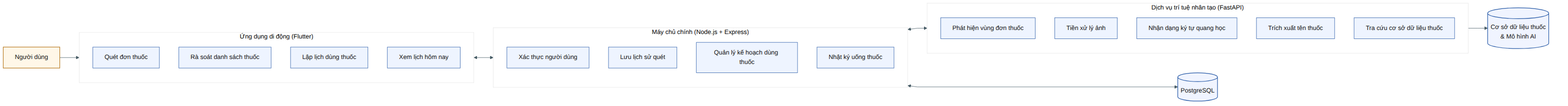
Above: docs/thesis_report/assets/diagrams/architecture.png in hongphuoc6104/medicineApp (Mermaid), before the change. Its source is kept beside it as docs/thesis_report/diagrams/architecture.mmd.
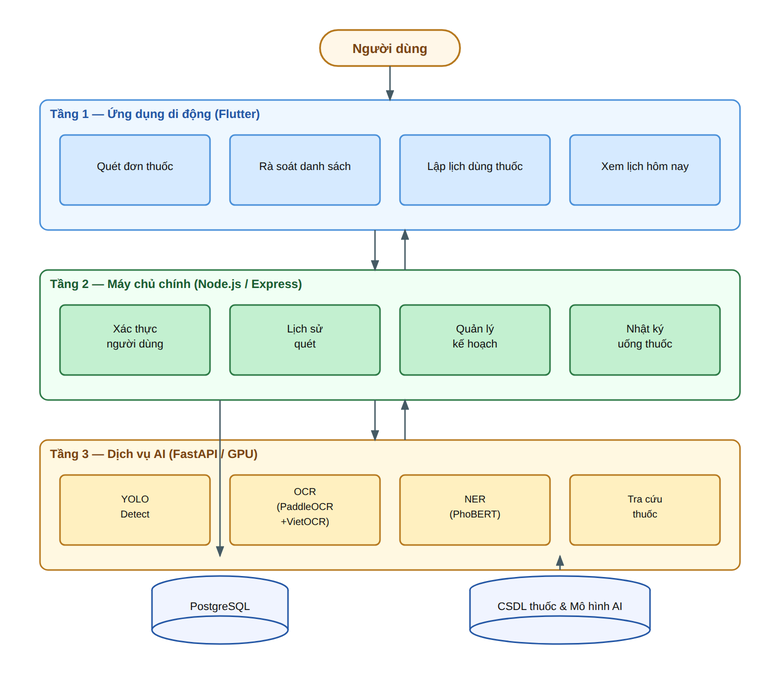
After the change.

What changed in the source:
```diff
@@ -1,33 +1,32 @@
-flowchart LR
+flowchart TD
     U["Người dùng"]
 
-    subgraph APP["Ứng dụng di động (Flutter)"]
-        direction TB
+    subgraph APP["Tầng 1 — Ứng dụng di động (Flutter)"]
+        direction LR
         A1["Quét đơn thuốc"]
-        A2["Rà soát danh sách thuốc"]
+        A2["Rà soát danh sách"]
         A3["Lập lịch dùng thuốc"]
         A4["Xem lịch hôm nay"]
     end
 
-    subgraph SRV["Máy chủ chính (Node.js + Express)"]
-        direction TB
-        S1["Xác thực người dùng"]
-        S2["Lưu lịch sử quét"]
-        S3["Quản lý kế hoạch dùng thuốc"]
-        S4["Nhật ký uống thuốc"]
+    subgraph SRV["Tầng 2 — Máy chủ chính (Node.js / Express)"]
+        direction LR
+        S1["Xác thực"]
+        S2["Lịch sử quét"]
+        S3["Kế hoạch"]
+        S4["Nhật ký uống"]
     end
 
-    subgraph AI["Dịch vụ trí tuệ nhân tạo (FastAPI)"]
-        direction TB
-        P1["Phát hiện vùng đơn thuốc"]
-        P2["Tiền xử lý ảnh"]
-        P3["Nhận dạng ký tự quang học"]
-        P4["Trích xuất tên thuốc"]
-        P5["Tra cứu cơ sở dữ liệu thuốc"]
+    subgraph AI["Tầng 3 — Dịch vụ AI (FastAPI / GPU)"]
+        direction LR
+        P1["YOLO\nDetect"]
+        P2["OCR\n(PaddleOCR + VietOCR)"]
+        P3["NER\n(PhoBERT)"]
+        P4["Tra cứu\nthuốc"]
     end
 
     DB[("PostgreSQL")]
-    KG[("Cơ sở dữ liệu thuốc\n& Mô hình AI")]
+    KG[("CSDL thuốc\n& Mô hình AI")]
 
     U --> APP
     APP <--> SRV
@@ -37,7 +36,6 @@
 
     classDef userNode fill:#fff7e8,stroke:#b7791f,stroke-width:1.5px,color:#111
     classDef dbNode fill:#f0f4ff,stroke:#2457a5,stroke-width:1.5px,color:#111
-    classDef subBox fill:#f9fbfd,stroke:#8aa4c8,stroke-width:1px,color:#333
 
     class U userNode
     class DB,KG dbNode
```
